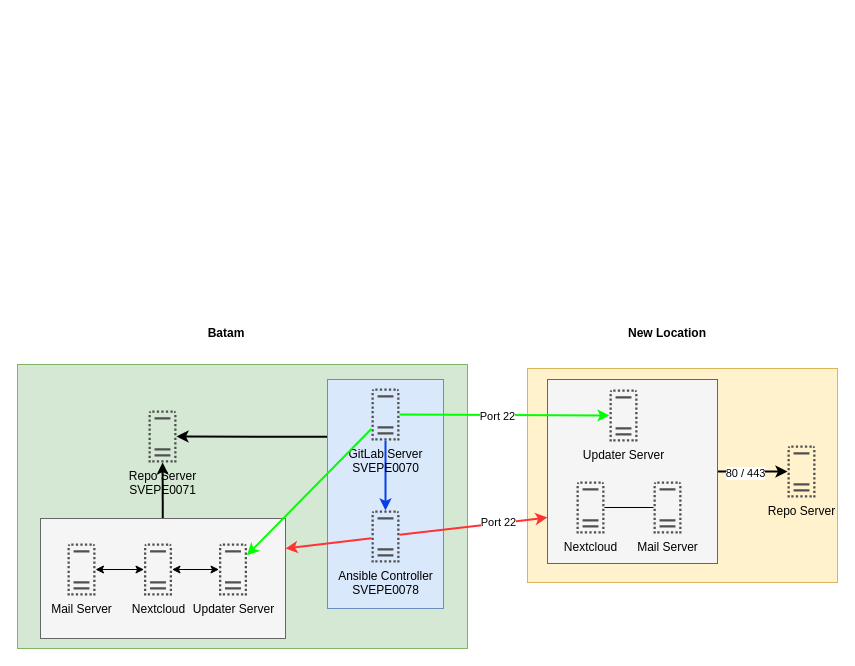
This is nextcloud.drawio from iippam/proyek-01, a draw.io file, before an edit. Source tidied: cells renumbered, new cells numbered last; positions are measured from the earlier drawing's top-left corner, leaving out a move shared by most shapes. Both pictures are drawn from the tidied source at 100%, with x=0, y=0 at pixel (17, 318).
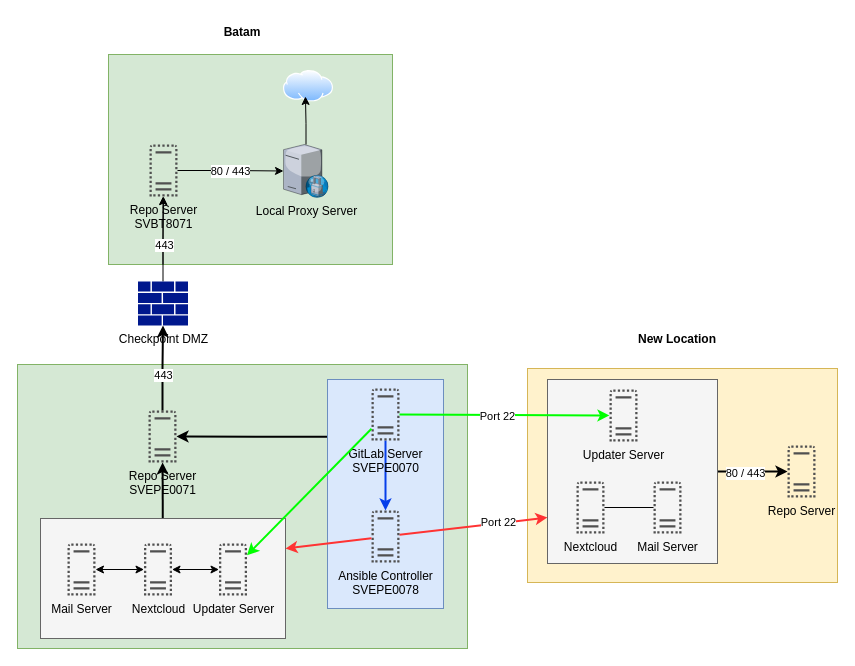
The same diagram, later.

Unchanged cells that the change refers to:
```xml
<mxCell id="9" value="Repo Server&lt;div&gt;SVEPE0071&lt;/div&gt;" style="sketch=0;shadow=0;dashed=0;html=1;strokeColor=none;fillColor=#505050;labelPosition=center;verticalLabelPosition=bottom;verticalAlign=top;outlineConnect=0;align=center;shape=mxgraph.office.servers.virtual_server;" parent="1" vertex="1">
  <mxGeometry x="131" y="92" width="28" height="52" as="geometry" />
</mxCell>
```

Diff of the diagram source:
```diff
@@
     <mxCell id="24" value="&lt;b&gt;Batam&lt;/b&gt;" style="text;html=1;align=center;verticalAlign=middle;whiteSpace=wrap;rounded=0;" parent="1" vertex="1">
-      <mxGeometry x="179" width="60" height="30" as="geometry" />
+      <mxGeometry x="195" y="-301" width="60" height="30" as="geometry" />
     </mxCell>
     <mxCell id="25" value="&lt;b&gt;New Location&lt;/b&gt;" style="text;html=1;align=center;verticalAlign=middle;whiteSpace=wrap;rounded=0;" parent="1" vertex="1">
-      <mxGeometry x="595" width="110" height="30" as="geometry" />
+      <mxGeometry x="605" y="6" width="110" height="30" as="geometry" />
     </mxCell>
@@
+    <mxCell id="33" style="rounded=0;whiteSpace=wrap;html=1;fillColor=#d5e8d4;strokeColor=#82b366;" parent="1" vertex="1">
+      <mxGeometry x="91" y="-264" width="284" height="210" as="geometry" />
+    </mxCell>
+    <mxCell id="34" style="edgeStyle=orthogonalEdgeStyle;rounded=0;jettySize=auto;html=1;" parent="1" edge="1" source="36" target="39">
+      <mxGeometry relative="1" as="geometry" />
+    </mxCell>
+    <mxCell id="35" value="80 / 443" style="edgeLabel;html=1;align=center;verticalAlign=middle;" parent="34" vertex="1">
+      <mxGeometry x="-0.24" relative="1" as="geometry">
+        <mxPoint x="12" as="offset" />
+      </mxGeometry>
+    </mxCell>
+    <mxCell id="36" value="Repo Server&lt;div&gt;SVBT8071&lt;/div&gt;" style="sketch=0;shadow=0;dashed=0;html=1;strokeColor=none;fillColor=#505050;labelPosition=center;verticalLabelPosition=bottom;verticalAlign=top;outlineConnect=0;align=center;shape=mxgraph.office.servers.virtual_server;" parent="1" vertex="1">
+      <mxGeometry x="132" y="-174" width="28" height="52" as="geometry" />
+    </mxCell>
+    <mxCell id="37" style="edgeStyle=orthogonalEdgeStyle;rounded=0;jettySize=auto;html=1;strokeWidth=2;" parent="1" edge="1" source="9" target="45">
+      <mxGeometry relative="1" as="geometry" />
+    </mxCell>
+    <mxCell id="38" value="443" style="edgeLabel;html=1;align=center;verticalAlign=middle;" parent="37" vertex="1">
+      <mxGeometry x="0.11" y="-1" relative="1" as="geometry">
+        <mxPoint x="-1" y="11" as="offset" />
+      </mxGeometry>
+    </mxCell>
+    <mxCell id="39" value="Local Proxy Server" style="verticalLabelPosition=bottom;sketch=0;html=1;verticalAlign=top;strokeColor=none;align=center;outlineConnect=0;shape=mxgraph.citrix.proxy_server;" parent="1" vertex="1">
+      <mxGeometry x="266" y="-174" width="45" height="53" as="geometry" />
+    </mxCell>
+    <mxCell id="40" style="image;perimeter=ellipsePerimeter;html=1;align=center;shadow=0;dashed=0;spacingTop=3;image=img/lib/active_directory/internet_cloud.svg;" parent="1" vertex="1">
+      <mxGeometry x="266" y="-248" width="50" height="31.5" as="geometry" />
+    </mxCell>
+    <mxCell id="41" style="edgeStyle=orthogonalEdgeStyle;rounded=0;jettySize=auto;html=1;entryX=0.439;entryY=0.825;entryDx=0;entryDy=0;entryPerimeter=0;" parent="1" edge="1" source="39" target="40">
+      <mxGeometry relative="1" as="geometry" />
+    </mxCell>
+    <mxCell id="42" style="edgeStyle=orthogonalEdgeStyle;rounded=0;jettySize=auto;html=1;" parent="1" edge="1" target="36">
+      <mxGeometry relative="1" as="geometry">
+        <mxPoint x="145.5" y="-54" as="sourcePoint" />
+      </mxGeometry>
+    </mxCell>
+    <mxCell id="43" style="edgeStyle=orthogonalEdgeStyle;rounded=0;jettySize=auto;html=1;" parent="1" edge="1" source="45" target="36">
+      <mxGeometry relative="1" as="geometry" />
+    </mxCell>
+    <mxCell id="44" value="443" style="edgeLabel;html=1;align=center;verticalAlign=middle;" parent="43" vertex="1">
+      <mxGeometry x="-0.14" relative="1" as="geometry">
+        <mxPoint x="1" as="offset" />
+      </mxGeometry>
+    </mxCell>
+    <mxCell id="45" value="Checkpoint DMZ" style="sketch=0;shadow=0;dashed=0;html=1;strokeColor=none;labelPosition=center;verticalLabelPosition=bottom;verticalAlign=top;align=center;fillColor=#00188D;shape=mxgraph.mscae.enterprise.firewall;" parent="1" vertex="1">
+      <mxGeometry x="120.5" y="-37" width="50" height="44" as="geometry" />
+    </mxCell>
```
